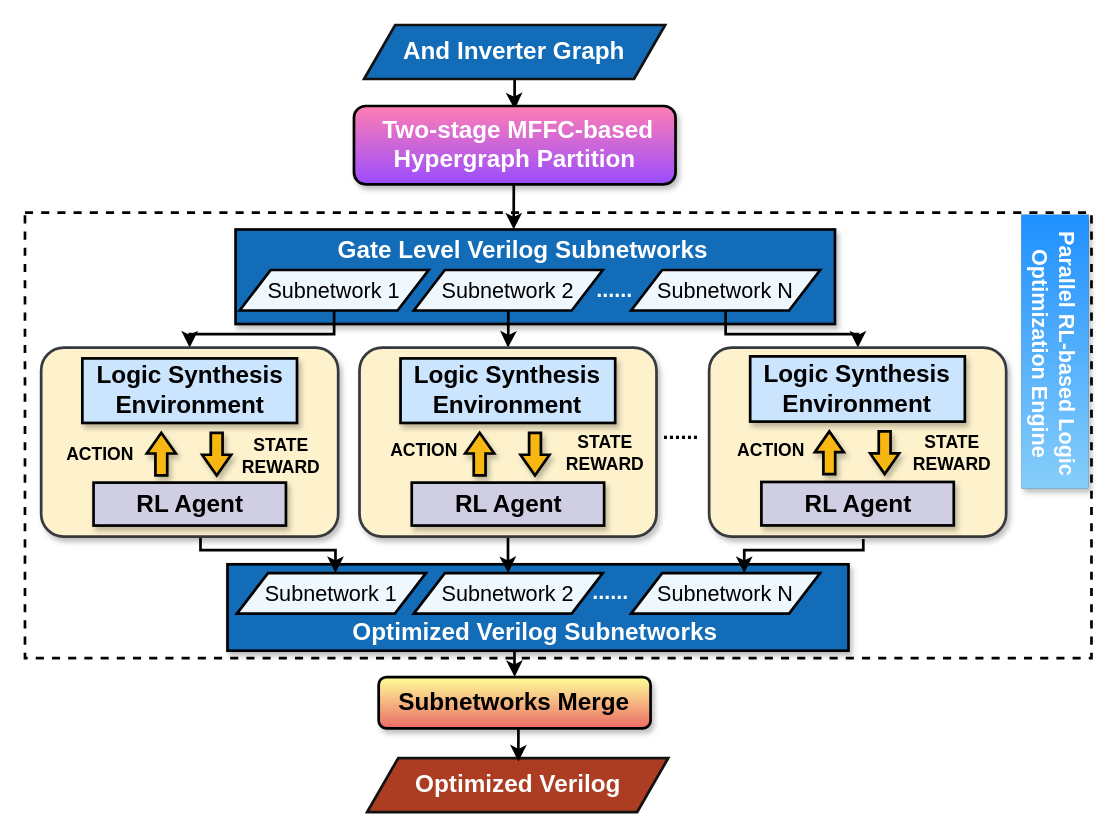
Before: explorationEngine.drawio in kxzhu0505/LogicSynOpt, a draw.io diagram. Source tidied: cells renumbered, new cells numbered last; positions are measured from the earlier drawing's top-left corner, leaving out a move shared by most shapes. Both pictures are drawn from the tidied source at 135%, with x=0, y=0 at pixel (24, 24).
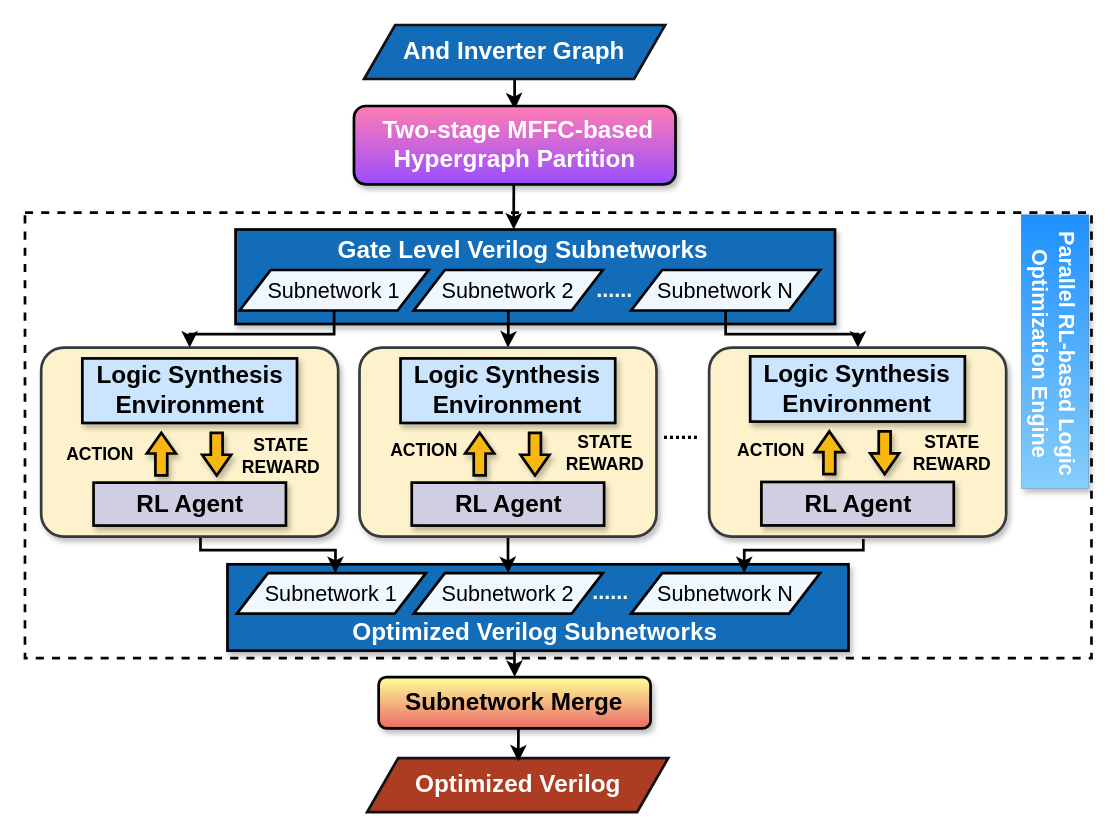
The same diagram, later.

What changed in the source:
```diff
@@
-    <mxCell id="52" value="&lt;b style=&quot;&quot;&gt;&lt;font style=&quot;font-size: 18px;&quot;&gt;Subnetworks Merge&lt;/font&gt;&lt;/b&gt;" style="rounded=1;whiteSpace=wrap;html=1;fillColor=#FFFF99;strokeColor=#000000;strokeWidth=2;shadow=1;gradientColor=#EA6B66;" parent="1" vertex="1">
+    <mxCell id="52" value="&lt;b style=&quot;&quot;&gt;&lt;font style=&quot;font-size: 18px;&quot;&gt;Subnetwork Merge&lt;/font&gt;&lt;/b&gt;" style="rounded=1;whiteSpace=wrap;html=1;fillColor=#FFFF99;strokeColor=#000000;strokeWidth=2;shadow=1;gradientColor=#EA6B66;" parent="1" vertex="1">
       <mxGeometry x="262" y="483" width="201.4" height="38" as="geometry" />
     </mxCell>
```
